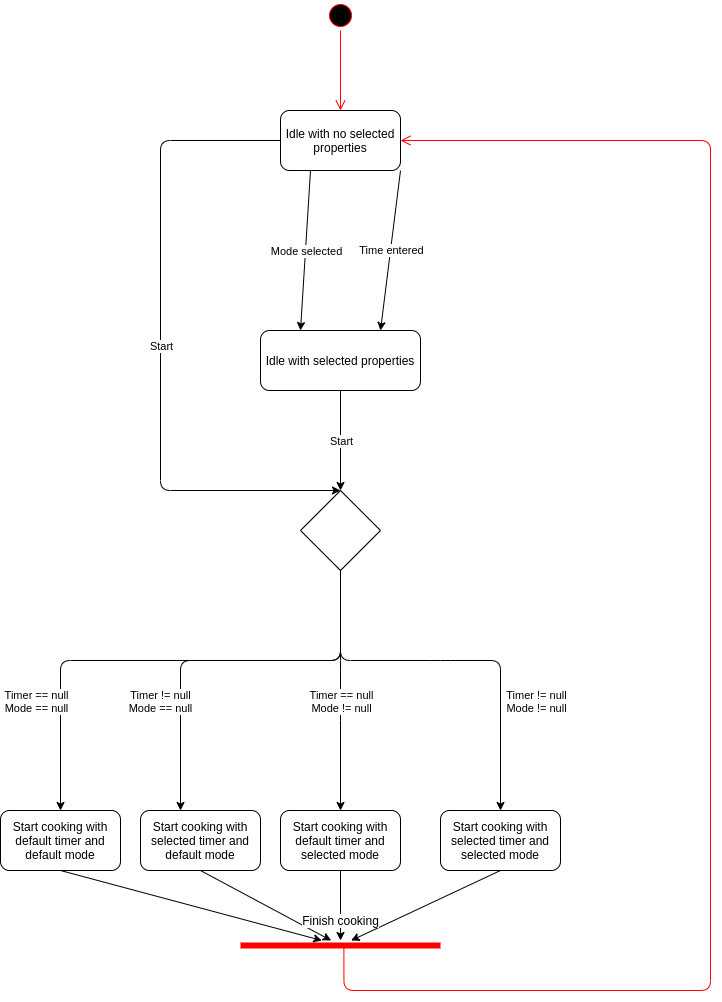
Earlier version of the draw.io export src/main/kotlin/homeworks/hw2/microwave_state_diagram.png (Furetur/KotlinProgramming2). Source tidied: cells renumbered, new cells last; positions are measured from the earlier drawing's top-left corner, leaving out a move shared by most shapes.
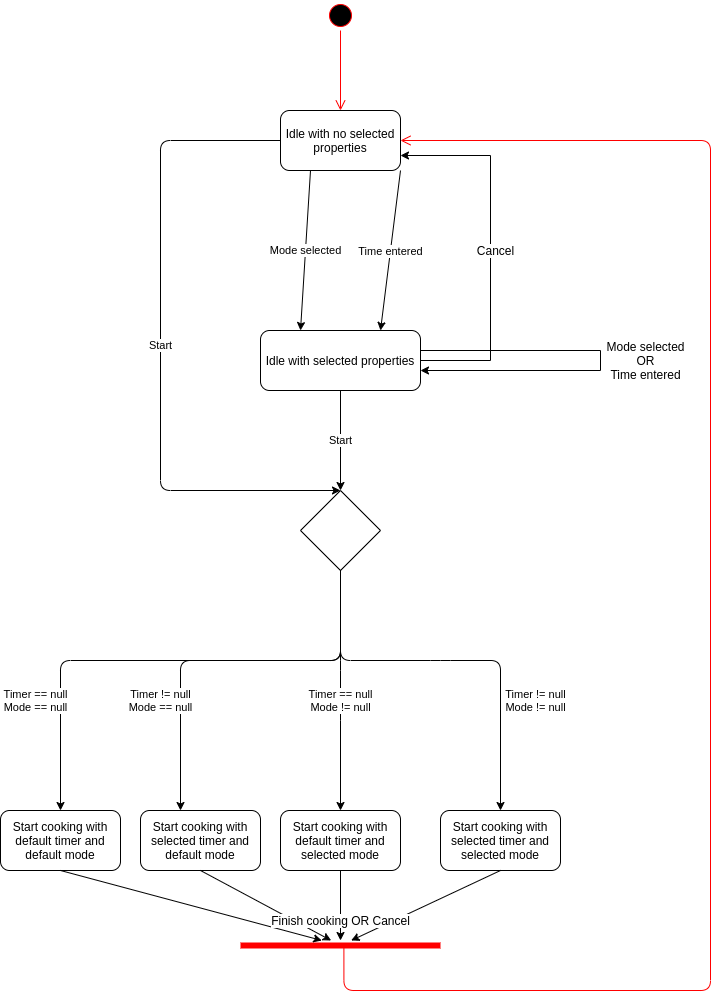
The same file after the commit.

Commit message:
added cancel to the state diagram

Diff of the diagram source:
```diff
@@ -17,6 +17,14 @@
     <mxCell id="6" value="Time entered" style="edgeLabel;html=1;align=center;verticalAlign=middle;" parent="5" vertex="1">
       <mxGeometry relative="1" as="geometry" />
     </mxCell>
+    <mxCell id="34" style="edgeStyle=orthogonalEdgeStyle;rounded=0;jettySize=auto;html=1;entryX=1;entryY=0.75;entryDx=0;entryDy=0;" parent="1" edge="1" source="7" target="2">
+      <mxGeometry relative="1" as="geometry">
+        <Array as="points">
+          <mxPoint x="490" y="360" />
+          <mxPoint x="490" y="155" />
+        </Array>
+      </mxGeometry>
+    </mxCell>
     <mxCell id="7" value="Idle with selected properties" style="rounded=1;whiteSpace=wrap;html=1;" parent="1" vertex="1">
       <mxGeometry x="260" y="330" width="160" height="60" as="geometry" />
     </mxCell>
@@ -131,8 +139,8 @@
     <mxCell id="30" style="endArrow=classic;html=1;exitX=0.5;exitY=1;exitDx=0;exitDy=0;" parent="1" edge="1" source="21" target="25">
       <mxGeometry relative="1" as="geometry" />
     </mxCell>
-    <mxCell id="31" value="&lt;span style=&quot;background-color: rgb(255 , 255 , 255)&quot;&gt;Finish cooking&lt;/span&gt;" style="text;html=1;align=center;verticalAlign=middle;" parent="1" vertex="1">
-      <mxGeometry x="295" y="910" width="90" height="20" as="geometry" />
+    <mxCell id="31" value="&lt;span style=&quot;background-color: rgb(255 , 255 , 255)&quot;&gt;Finish cooking OR Cancel&lt;/span&gt;" style="text;html=1;align=center;verticalAlign=middle;" parent="1" vertex="1">
+      <mxGeometry x="265" y="910" width="150" height="20" as="geometry" />
     </mxCell>
     <mxCell id="32" style="ellipse;html=1;shape=startState;fillColor=#000000;strokeColor=#ff0000;" parent="1" vertex="1">
       <mxGeometry x="325" width="30" height="30" as="geometry" />
@@ -140,5 +148,18 @@
     <mxCell id="33" style="edgeStyle=orthogonalEdgeStyle;html=1;verticalAlign=bottom;endArrow=open;endSize=8;strokeColor=#ff0000;entryX=0.5;entryY=0;entryDx=0;entryDy=0;" parent="1" edge="1" source="32" target="2">
       <mxGeometry relative="1" as="geometry" />
     </mxCell>
+    <mxCell id="35" style="edgeStyle=orthogonalEdgeStyle;rounded=0;orthogonalLoop=1;jettySize=auto;html=1;" parent="1" edge="1" source="7" target="7">
+      <mxGeometry relative="1" as="geometry">
+        <Array as="points">
+          <mxPoint x="600" y="360" />
+        </Array>
+      </mxGeometry>
+    </mxCell>
+    <mxCell id="36" value="Mode selected&lt;br&gt;OR&lt;br&gt;Time entered" style="text;html=1;align=center;verticalAlign=middle;labelBackgroundColor=#ffffff;" parent="1" vertex="1">
+      <mxGeometry x="600" y="335" width="90" height="50" as="geometry" />
+    </mxCell>
+    <mxCell id="37" value="Cancel" style="text;html=1;align=center;verticalAlign=middle;labelBackgroundColor=#ffffff;" parent="1" vertex="1">
+      <mxGeometry x="470" y="240" width="50" height="20" as="geometry" />
+    </mxCell>
   </root>
 </mxGraphModel>
```
